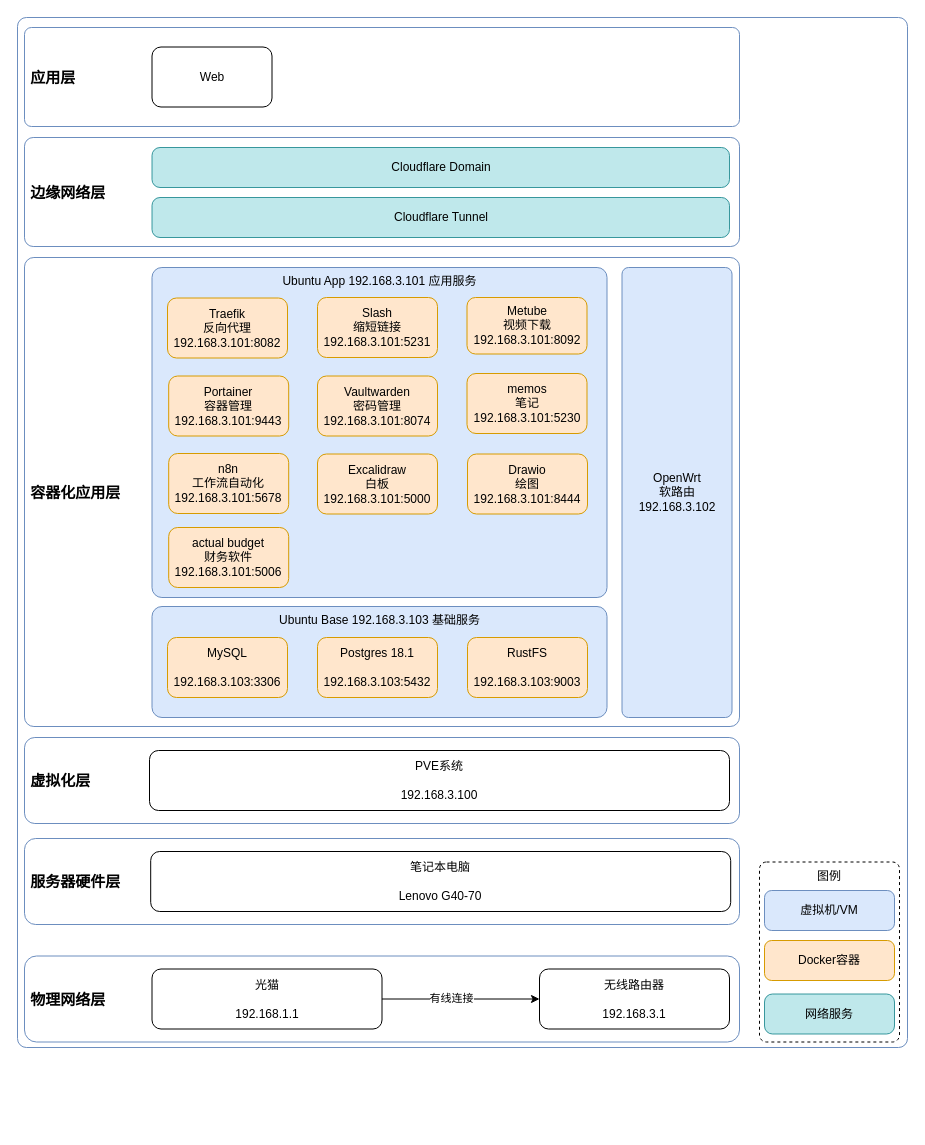
moatkon/moatkon keeps this draw.io diagram as page "HomeLab-Arch-Deploy-Details" (77 of 78) of Moatkon.drawio. Above is the earlier version. Source tidied: cells renumbered, new cells numbered last; positions are measured from the earlier drawing's top-left corner, leaving out a move shared by most shapes. Both pictures are drawn from the tidied source at 100%, with x=0, y=0 at pixel (17, 17).
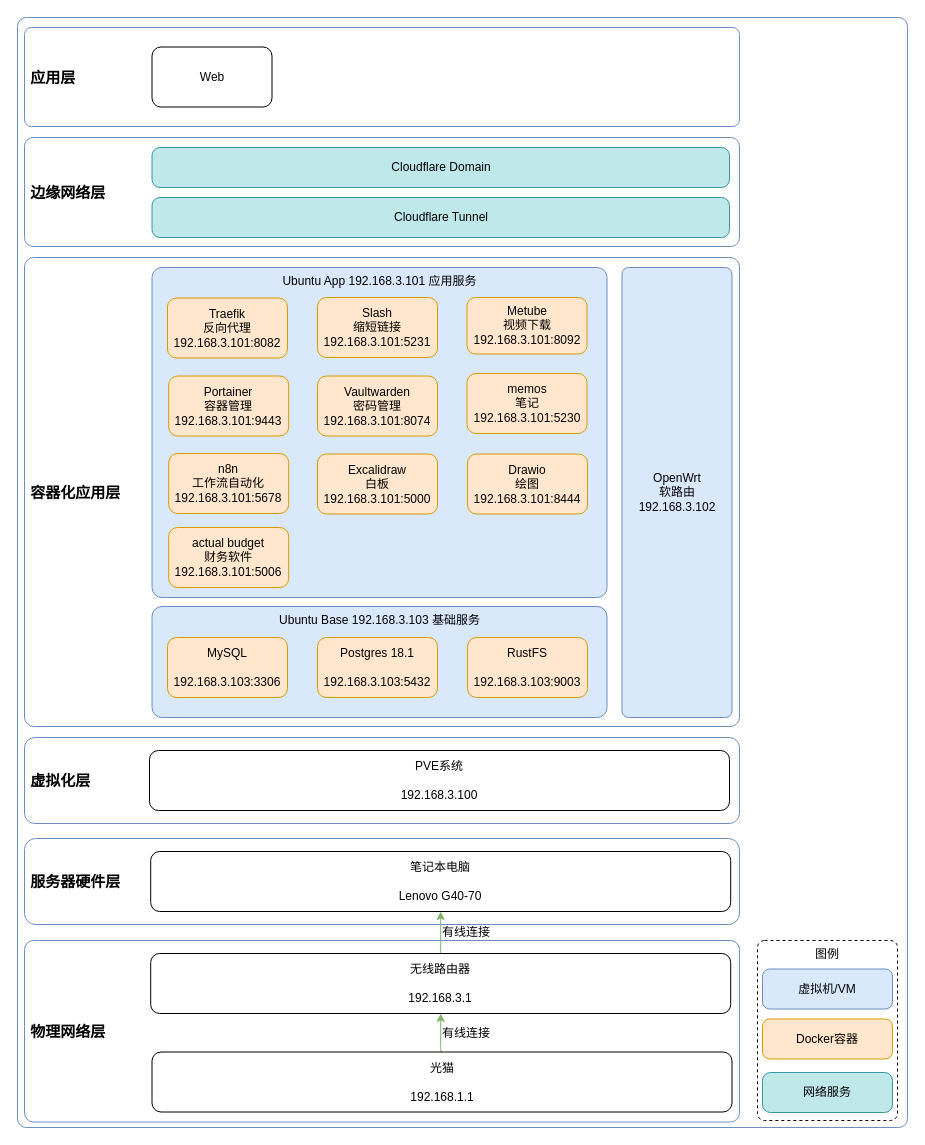
The same page after the edit.

The change refers to these unchanged cells:
```xml
<mxCell id="12" value="笔记本电脑&lt;br&gt;&lt;br&gt;Lenovo G40-70" style="rounded=1;whiteSpace=wrap;html=1;fillColor=none;" parent="1" vertex="1">
  <mxGeometry x="133.2" y="834" width="580" height="60" as="geometry" />
</mxCell>
```

What changed in the source:
```diff
@@
     <mxCell id="2" style="rounded=1;whiteSpace=wrap;html=1;fillColor=default;arcSize=1;strokeColor=#6C8EBF;align=left;fontStyle=1;fontSize=15;" parent="1" vertex="1">
-      <mxGeometry width="890" height="1030" as="geometry" />
+      <mxGeometry width="890" height="1110" as="geometry" />
     </mxCell>
-    <mxCell id="3" value="&amp;nbsp;物理网络层" style="rounded=1;whiteSpace=wrap;html=1;fillColor=default;arcSize=14;verticalAlign=middle;strokeColor=#6c8ebf;align=left;fontStyle=1;fontSize=15;" parent="1" vertex="1">
-      <mxGeometry x="7" y="938.5" width="715" height="86" as="geometry" />
+    <mxCell id="3" value="&amp;nbsp;物理网络层" style="rounded=1;whiteSpace=wrap;html=1;fillColor=default;arcSize=5;verticalAlign=middle;strokeColor=#6c8ebf;align=left;fontStyle=1;fontSize=15;" parent="1" vertex="1">
+      <mxGeometry x="7" y="923" width="715" height="181.5" as="geometry" />
     </mxCell>
@@
     <mxCell id="7" value="图例" style="rounded=1;whiteSpace=wrap;html=1;arcSize=5;verticalAlign=top;dashed=1;" parent="1" vertex="1">
-      <mxGeometry x="742" y="844.5" width="140" height="180" as="geometry" />
+      <mxGeometry x="740" y="923" width="140" height="180" as="geometry" />
     </mxCell>
-    <mxCell id="8" style="edgeStyle=orthogonalEdgeStyle;rounded=0;jettySize=auto;html=1;exitX=1;exitY=0.5;exitDx=0;exitDy=0;entryX=0;entryY=0.5;entryDx=0;entryDy=0;" parent="1" edge="1" source="10" target="11">
+    <mxCell id="8" style="edgeStyle=orthogonalEdgeStyle;rounded=1;jettySize=auto;html=1;exitX=0.5;exitY=0;exitDx=0;exitDy=0;entryX=0.5;entryY=1;entryDx=0;entryDy=0;labelBorderColor=none;labelBackgroundColor=default;fontStyle=0;startSize=10;strokeWidth=1;curved=0;endArrow=classic;endFill=1;fillColor=#d5e8d4;strokeColor=#82b366;" parent="1" edge="1" source="10" target="11">
       <mxGeometry relative="1" as="geometry" />
     </mxCell>
-    <mxCell id="9" value="有线连接" style="edgeLabel;html=1;align=center;verticalAlign=middle;" parent="8" vertex="1">
-      <mxGeometry x="-0.12" y="1" relative="1" as="geometry" />
-    </mxCell>
     <mxCell id="10" value="光猫&lt;br&gt;&lt;br&gt;192.168.1.1" style="rounded=1;whiteSpace=wrap;html=1;fillColor=none;" parent="1" vertex="1">
-      <mxGeometry x="134.5" y="951.5" width="230" height="60" as="geometry" />
+      <mxGeometry x="134.5" y="1034.5" width="580" height="60" as="geometry" />
     </mxCell>
+    <mxCell id="38" style="edgeStyle=orthogonalEdgeStyle;rounded=1;jettySize=auto;html=1;exitX=0.5;exitY=0;exitDx=0;exitDy=0;entryX=0.5;entryY=1;entryDx=0;entryDy=0;labelBorderColor=none;labelBackgroundColor=default;fontStyle=0;startSize=10;strokeWidth=1;curved=0;endArrow=classic;endFill=1;fillColor=#d5e8d4;strokeColor=#82b366;" parent="1" edge="1" source="11" target="12">
+      <mxGeometry relative="1" as="geometry" />
+    </mxCell>
     <mxCell id="11" value="无线路由器&lt;br&gt;&lt;span style=&quot;color: rgb(0, 0, 0);&quot;&gt;&lt;br&gt;192.168.3.1&lt;/span&gt;" style="whiteSpace=wrap;html=1;rounded=1;fillColor=none;" parent="1" vertex="1">
-      <mxGeometry x="522" y="951.5" width="190" height="60" as="geometry" />
+      <mxGeometry x="133.2" y="936" width="580" height="60" as="geometry" />
     </mxCell>
@@
     <mxCell id="25" value="虚拟机/VM" style="rounded=1;whiteSpace=wrap;html=1;fillColor=#dae8fc;arcSize=18;verticalAlign=middle;strokeColor=#6c8ebf;flipV=0;" parent="1" vertex="1">
-      <mxGeometry x="747" y="873" width="130" height="40" as="geometry" />
+      <mxGeometry x="745" y="951.5" width="130" height="40" as="geometry" />
     </mxCell>
     <mxCell id="26" value="Docker容器" style="rounded=1;whiteSpace=wrap;html=1;fillColor=#ffe6cc;arcSize=18;verticalAlign=middle;strokeColor=#d79b00;flipV=0;" parent="1" vertex="1">
-      <mxGeometry x="747" y="923" width="130" height="40" as="geometry" />
+      <mxGeometry x="745" y="1001.5" width="130" height="40" as="geometry" />
     </mxCell>
@@
     <mxCell id="32" value="网络服务" style="rounded=1;whiteSpace=wrap;html=1;fillColor=#b0e3e6;strokeColor=#0e8088;flipV=0;arcSize=20;opacity=80;" parent="1" vertex="1">
-      <mxGeometry x="747" y="976.5" width="130" height="40" as="geometry" />
+      <mxGeometry x="745" y="1055" width="130" height="40" as="geometry" />
     </mxCell>
@@
+    <mxCell id="39" value="有线连接" style="text;html=1;whiteSpace=wrap;strokeColor=none;fillColor=none;align=left;verticalAlign=middle;rounded=0;" parent="1" vertex="1">
+      <mxGeometry x="423" y="1000.8" width="60" height="30" as="geometry" />
+    </mxCell>
+    <mxCell id="40" value="有线连接" style="text;html=1;whiteSpace=wrap;strokeColor=none;fillColor=none;align=left;verticalAlign=middle;rounded=0;" parent="1" vertex="1">
+      <mxGeometry x="423" y="900" width="60" height="30" as="geometry" />
+    </mxCell>
```
